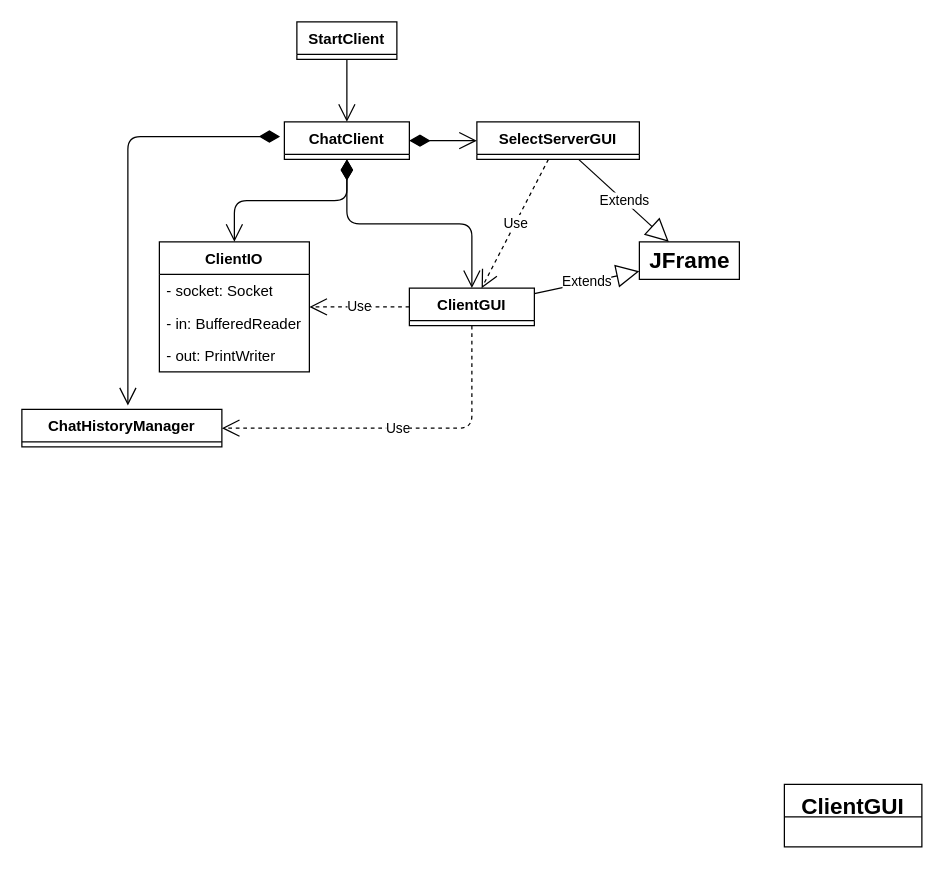
SKRaua/space keeps this draw.io diagram as ChatRoom4/client.drawio. Above is the earlier version. Source tidied: cells renumbered, new cells numbered last; positions are measured from the earlier drawing's top-left corner, leaving out a move shared by most shapes. Both pictures are drawn from the tidied source at 125%, with x=0, y=0 at pixel (21, 21).
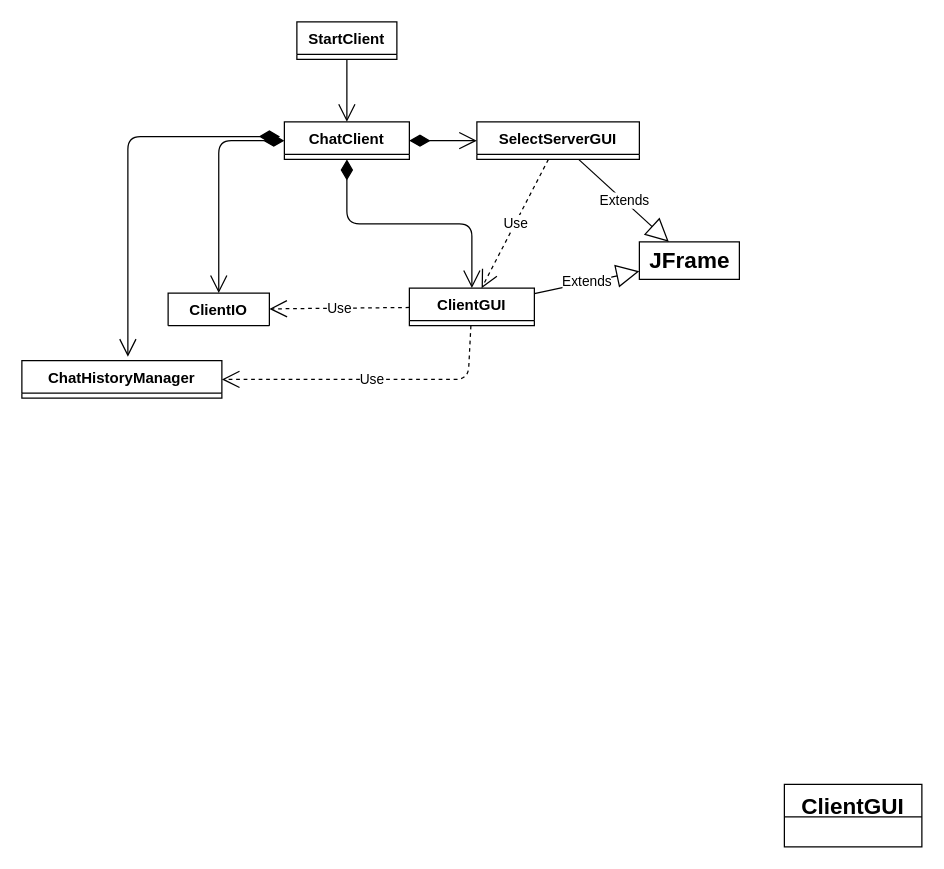
The same diagram, later.

The change refers to these unchanged cells:
```xml
<mxCell id="6" value="ClientGUI" style="swimlane;fontStyle=1;align=center;verticalAlign=top;horizontal=1;startSize=26;whiteSpace=wrap;html=1;" parent="1" vertex="1" collapsed="1">
  <mxGeometry x="310" y="213" width="100" height="30" as="geometry" />
</mxCell>
```

The edit, as a diff of the source:
```diff
@@
     <mxCell id="5" value="ChatHistoryManager" style="swimlane;fontStyle=1;align=center;verticalAlign=top;horizontal=1;startSize=26;whiteSpace=wrap;html=1;" parent="1" vertex="1" collapsed="1">
-      <mxGeometry y="310" width="160" height="30" as="geometry" />
+      <mxGeometry y="271" width="160" height="30" as="geometry" />
     </mxCell>
@@
-    <mxCell id="7" value="ClientIO" style="swimlane;fontStyle=1;align=center;verticalAlign=top;horizontal=1;startSize=26;whiteSpace=wrap;html=1;" parent="1" vertex="1">
-      <mxGeometry x="110" y="176" width="120" height="104" as="geometry" />
+    <mxCell id="7" value="ClientIO" style="swimlane;fontStyle=1;align=center;verticalAlign=top;horizontal=1;startSize=26;whiteSpace=wrap;html=1;" parent="1" vertex="1" collapsed="1">
+      <mxGeometry x="117" y="217" width="81" height="26" as="geometry" />
     </mxCell>
-    <mxCell id="8" value="- socket: Socket" style="text;strokeColor=none;fillColor=none;align=left;verticalAlign=top;spacingLeft=4;spacingRight=4;overflow=hidden;whiteSpace=wrap;html=1;" parent="7" vertex="1">
-      <mxGeometry y="26" width="120" height="26" as="geometry" />
-    </mxCell>
-    <mxCell id="9" value="- in: BufferedReader" style="text;strokeColor=none;fillColor=none;align=left;verticalAlign=top;spacingLeft=4;spacingRight=4;overflow=hidden;whiteSpace=wrap;html=1;" parent="7" vertex="1">
-      <mxGeometry y="52" width="120" height="26" as="geometry" />
-    </mxCell>
-    <mxCell id="10" value="- out: PrintWriter" style="text;strokeColor=none;fillColor=none;align=left;verticalAlign=top;spacingLeft=4;spacingRight=4;overflow=hidden;whiteSpace=wrap;html=1;" parent="7" vertex="1">
-      <mxGeometry y="78" width="120" height="26" as="geometry" />
-    </mxCell>
@@
     <mxCell id="20" value="Use" style="endArrow=open;endSize=12;dashed=1;html=1;" parent="1" edge="1" source="6" target="5">
       <mxGeometry relative="1" as="geometry">
         <Array as="points">
-          <mxPoint x="360" y="325" />
+          <mxPoint x="357" y="286" />
         </Array>
       </mxGeometry>
     </mxCell>
```
